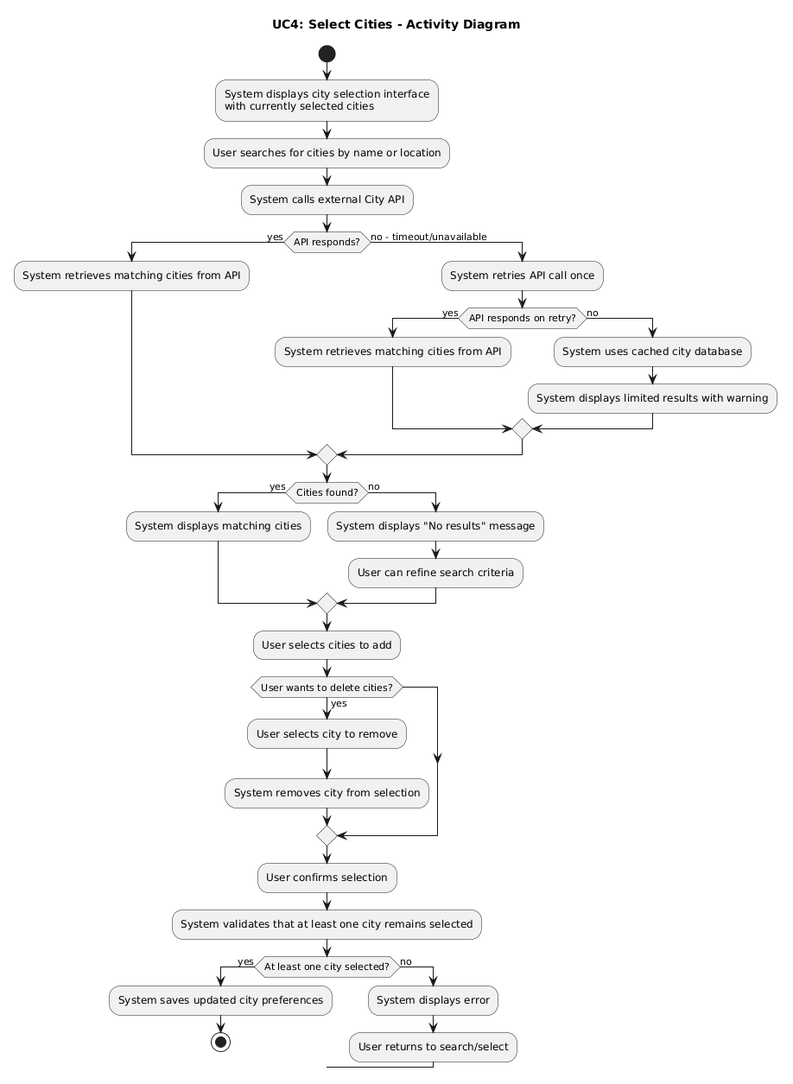
ManosMorf97/Weather-Forecasts-AI-Remastered keeps this PlantUML diagram as requirements/activity_diagrams/UC4_Select_Cities.png. Above is the earlier version. Its diagram source:
```plantuml
@startuml
title UC4: Select Cities - Activity Diagram

start
:System displays city selection interface
with currently selected cities;
:User searches for cities by name or location;
:System calls external City API;

if (API responds?) then (yes)
  :System retrieves matching cities from API;
else (no - timeout/unavailable)
  :System retries API call once;
  if (API responds on retry?) then (yes)
    :System retrieves matching cities from API;
  else (no)
    :System uses cached city database;
    :System displays limited results with warning;
  endif
endif

if (Cities found?) then (yes)
  :System displays matching cities;
else (no)
  :System displays "No results" message;
  :User can refine search criteria;
endif

:User selects cities to add;

if (User wants to delete cities?) then (yes)
  :User selects city to remove;
  :System removes city from selection;
endif

:User confirms selection;
:System validates that at least one city remains selected;

if (At least one city selected?) then (yes)
  :System saves updated city preferences;
  stop
else (no)
  :System displays error;
  :User returns to search/select;
endif
@enduml
```
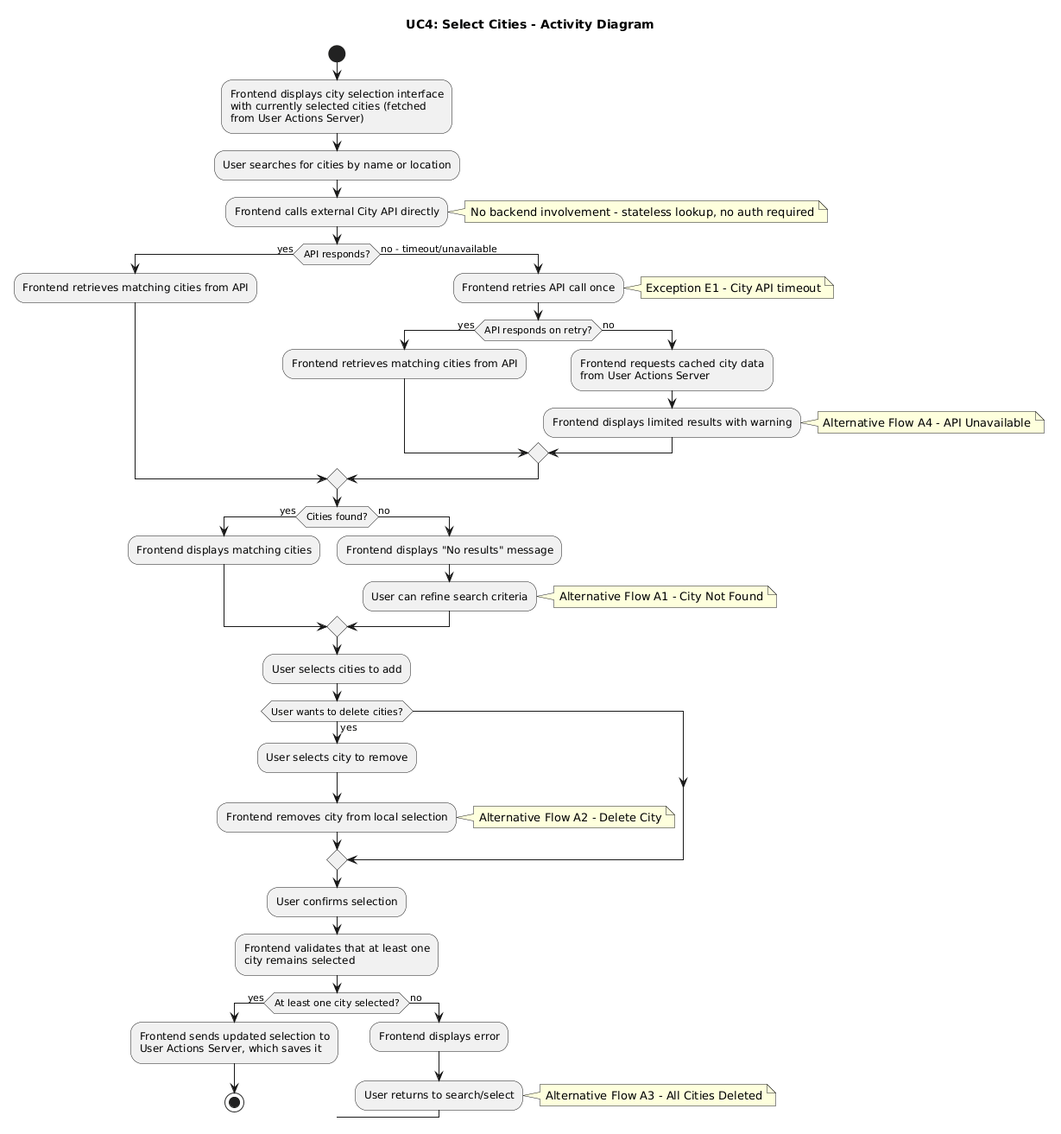
Above is the later version.

Change to the diagram source:
```diff
@@ -2,45 +2,52 @@
 title UC4: Select Cities - Activity Diagram
 
 start
-:System displays city selection interface
-with currently selected cities;
+:Frontend displays city selection interface
+with currently selected cities (fetched
+from User Actions Server);
 :User searches for cities by name or location;
-:System calls external City API;
+:Frontend calls external City API directly;
+note right: No backend involvement - stateless lookup, no auth required
 
 if (API responds?) then (yes)
-  :System retrieves matching cities from API;
+  :Frontend retrieves matching cities from API;
 else (no - timeout/unavailable)
-  :System retries API call once;
+  :Frontend retries API call once;
+  note right: Exception E1 - City API timeout
   if (API responds on retry?) then (yes)
-    :System retrieves matching cities from API;
+    :Frontend retrieves matching cities from API;
   else (no)
-    :System uses cached city database;
-    :System displays limited results with warning;
+    :Frontend requests cached city data\nfrom User Actions Server;
+    :Frontend displays limited results with warning;
+    note right: Alternative Flow A4 - API Unavailable
   endif
 endif
 
 if (Cities found?) then (yes)
-  :System displays matching cities;
+  :Frontend displays matching cities;
 else (no)
-  :System displays "No results" message;
+  :Frontend displays "No results" message;
   :User can refine search criteria;
+  note right: Alternative Flow A1 - City Not Found
 endif
 
 :User selects cities to add;
 
 if (User wants to delete cities?) then (yes)
   :User selects city to remove;
-  :System removes city from selection;
+  :Frontend removes city from local selection;
+  note right: Alternative Flow A2 - Delete City
 endif
 
 :User confirms selection;
-:System validates that at least one city remains selected;
+:Frontend validates that at least one\ncity remains selected;
 
 if (At least one city selected?) then (yes)
-  :System saves updated city preferences;
+  :Frontend sends updated selection to\nUser Actions Server, which saves it;
   stop
 else (no)
-  :System displays error;
+  :Frontend displays error;
   :User returns to search/select;
+  note right: Alternative Flow A3 - All Cities Deleted
 endif
 @enduml
```
